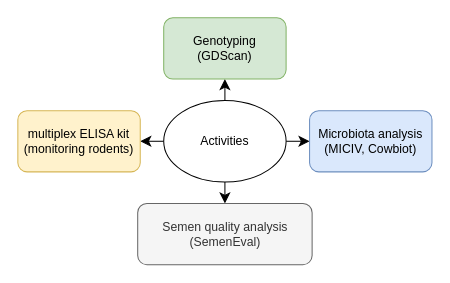
Earlier version of the draw.io diagram GD.drawio (Sarani-NS/Sarani-NS). Source tidied: cells renumbered, new cells numbered last; positions are measured from the earlier drawing's top-left corner, leaving out a move shared by most shapes. Both pictures are drawn from the tidied source at 102%, with x=0, y=0 at pixel (17, 17).
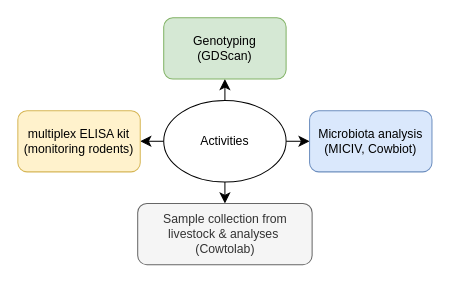
The same diagram, later.

Commit message:
Mettre à jour GD.drawio

The edit, as a diff of the source:
```diff
@@
 <mxGraphModel>
   <root>
     <mxCell id="0" />
     <mxCell id="1" parent="0" />
     <mxCell id="2" style="edgeStyle=none;curved=1;rounded=0;jettySize=auto;html=1;exitX=0.5;exitY=1;exitDx=0;exitDy=0;entryX=0.5;entryY=0;entryDx=0;entryDy=0;fontSize=12;startSize=8;endSize=8;" parent="1" edge="1" source="6" target="7">
       <mxGeometry relative="1" as="geometry" />
     </mxCell>
     <mxCell id="3" style="edgeStyle=none;curved=1;rounded=0;jettySize=auto;html=1;exitX=0;exitY=0.5;exitDx=0;exitDy=0;entryX=1;entryY=0.5;entryDx=0;entryDy=0;fontSize=12;startSize=8;endSize=8;" parent="1" edge="1" source="6" target="8">
       <mxGeometry relative="1" as="geometry" />
     </mxCell>
     <mxCell id="4" style="edgeStyle=none;curved=1;rounded=0;jettySize=auto;html=1;exitX=0.5;exitY=0;exitDx=0;exitDy=0;entryX=0.5;entryY=1;entryDx=0;entryDy=0;fontSize=12;startSize=8;endSize=8;" parent="1" edge="1" source="6" target="10">
       <mxGeometry relative="1" as="geometry" />
     </mxCell>
     <mxCell id="5" style="edgeStyle=none;curved=1;rounded=0;jettySize=auto;html=1;exitX=1;exitY=0.5;exitDx=0;exitDy=0;entryX=0;entryY=0.5;entryDx=0;entryDy=0;fontSize=12;startSize=8;endSize=8;" parent="1" edge="1" source="6" target="9">
       <mxGeometry relative="1" as="geometry" />
     </mxCell>
     <mxCell id="6" value="Activities" style="ellipse;whiteSpace=wrap;html=1;" parent="1" vertex="1">
       <mxGeometry x="143" y="81" width="120" height="80" as="geometry" />
     </mxCell>
-    <mxCell id="7" value="Semen quality analysis (SemenEval)" style="rounded=1;whiteSpace=wrap;html=1;fillColor=#f5f5f5;fontColor=#333333;strokeColor=#666666;" parent="1" vertex="1">
+    <mxCell id="7" value="&lt;div&gt;Sample collection from livestock &amp;amp; analyses&amp;nbsp;&lt;/div&gt;&lt;div&gt;(Cowtolab)&lt;/div&gt;" style="rounded=1;whiteSpace=wrap;html=1;fillColor=#f5f5f5;fontColor=#333333;strokeColor=#666666;" parent="1" vertex="1">
       <mxGeometry x="117.5" y="182" width="171" height="60" as="geometry" />
     </mxCell>
     <mxCell id="8" value="multiplex ELISA kit (monitoring rodents)" style="rounded=1;whiteSpace=wrap;html=1;fillColor=#fff2cc;strokeColor=#d6b656;" parent="1" vertex="1">
       <mxGeometry y="91" width="120" height="60" as="geometry" />
     </mxCell>
     <mxCell id="9" value="Microbiota analysis (MICIV, Cowbiot)" style="rounded=1;whiteSpace=wrap;html=1;fillColor=#dae8fc;strokeColor=#6c8ebf;" parent="1" vertex="1">
       <mxGeometry x="286" y="91" width="120" height="60" as="geometry" />
     </mxCell>
     <mxCell id="10" value="Genotyping (GDScan)" style="rounded=1;whiteSpace=wrap;html=1;fillColor=#d5e8d4;strokeColor=#82b366;" parent="1" vertex="1">
       <mxGeometry x="143" width="120" height="60" as="geometry" />
     </mxCell>
   </root>
 </mxGraphModel>
```
